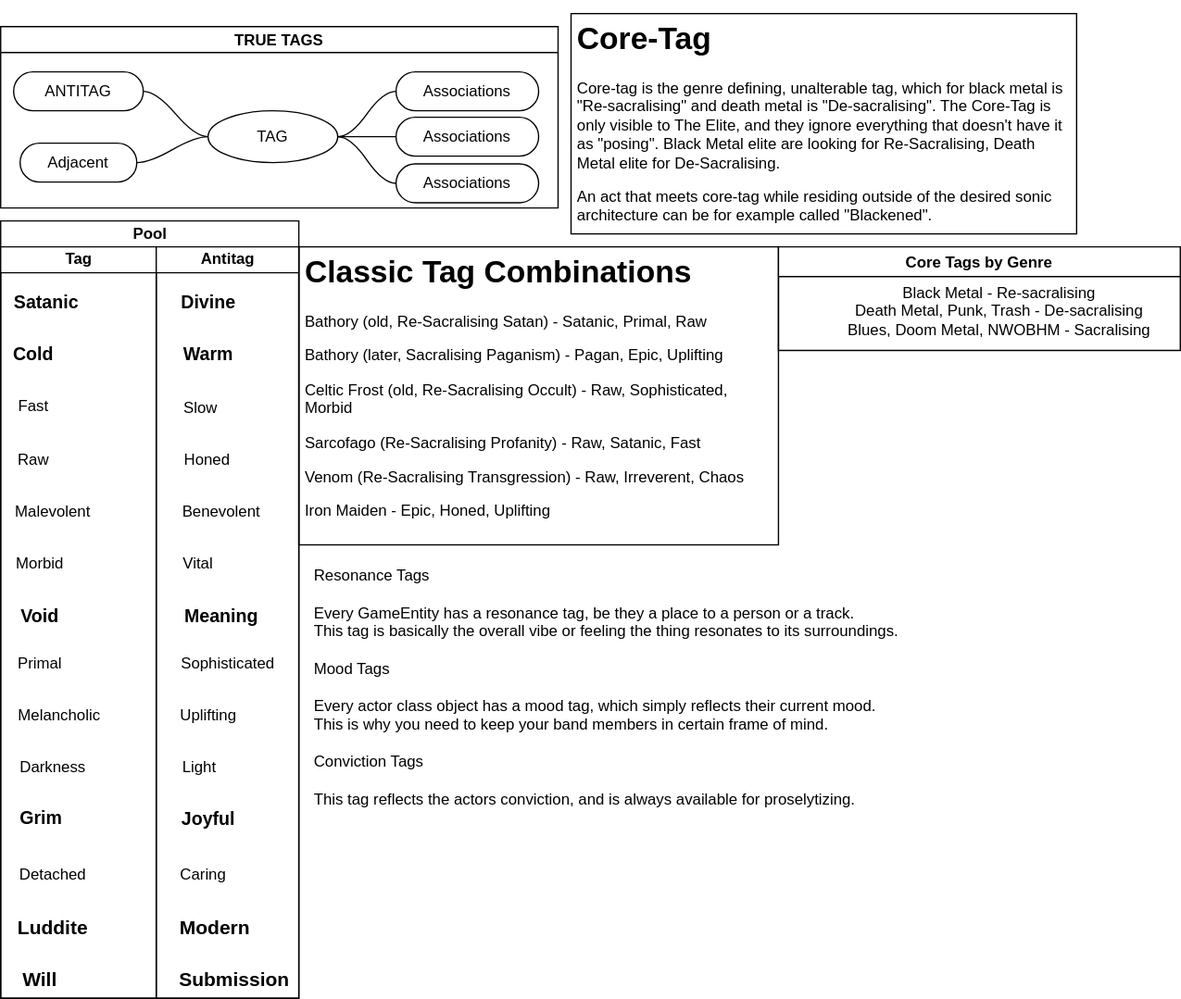
This is TheProspector/Assets/Schematics/TRUE.svg from SakuNurmiranta/TheProspector, a draw.io export, as it was before one commit. Source tidied: cells renumbered, new cells last; positions are measured from the earlier drawing's top-left corner, leaving out a move shared by most shapes. Source of this version:
```xml
<mxGraphModel>
  <root>
    <mxCell id="0" />
    <mxCell id="1" parent="0" />
    <mxCell id="2" value="TRUE TAGS" style="swimlane;startSize=20;horizontal=1;containerType=tree;" parent="1" vertex="1">
      <mxGeometry y="10" width="430" height="140" as="geometry" />
    </mxCell>
    <mxCell id="3" style="edgeStyle=entityRelationEdgeStyle;startArrow=none;endArrow=none;segment=10;curved=1;sourcePerimeterSpacing=0;targetPerimeterSpacing=0;rounded=0;" parent="2" edge="1" source="8" target="9">
      <mxGeometry relative="1" as="geometry" />
    </mxCell>
    <mxCell id="4" style="edgeStyle=entityRelationEdgeStyle;startArrow=none;endArrow=none;segment=10;curved=1;sourcePerimeterSpacing=0;targetPerimeterSpacing=0;rounded=0;" parent="2" edge="1" source="8" target="10">
      <mxGeometry relative="1" as="geometry" />
    </mxCell>
    <mxCell id="5" style="edgeStyle=entityRelationEdgeStyle;rounded=0;jettySize=auto;html=1;startArrow=none;endArrow=none;segment=10;curved=1;sourcePerimeterSpacing=0;targetPerimeterSpacing=0;" parent="2" edge="1" source="8" target="11">
      <mxGeometry relative="1" as="geometry" />
    </mxCell>
    <mxCell id="6" style="edgeStyle=entityRelationEdgeStyle;rounded=0;jettySize=auto;html=1;startArrow=none;endArrow=none;segment=10;curved=1;sourcePerimeterSpacing=0;targetPerimeterSpacing=0;" parent="2" edge="1" source="8" target="12">
      <mxGeometry relative="1" as="geometry" />
    </mxCell>
    <mxCell id="7" style="edgeStyle=entityRelationEdgeStyle;rounded=0;jettySize=auto;html=1;startArrow=none;endArrow=none;segment=10;curved=1;sourcePerimeterSpacing=0;targetPerimeterSpacing=0;" parent="2" edge="1" source="8" target="13">
      <mxGeometry relative="1" as="geometry" />
    </mxCell>
    <mxCell id="8" value="TAG" style="ellipse;whiteSpace=wrap;html=1;align=center;newEdgeStyle={&quot;edgeStyle&quot;:&quot;entityRelationEdgeStyle&quot;,&quot;startArrow&quot;:&quot;none&quot;,&quot;endArrow&quot;:&quot;none&quot;,&quot;segment&quot;:10,&quot;curved&quot;:1,&quot;sourcePerimeterSpacing&quot;:0,&quot;targetPerimeterSpacing&quot;:0};" parent="2" vertex="1">
      <mxGeometry x="160" y="65" width="100" height="40" as="geometry" />
    </mxCell>
    <mxCell id="9" value="Associations" style="whiteSpace=wrap;html=1;rounded=1;arcSize=50;align=center;verticalAlign=middle;strokeWidth=1;spacing=4;newEdgeStyle={&quot;edgeStyle&quot;:&quot;entityRelationEdgeStyle&quot;,&quot;startArrow&quot;:&quot;none&quot;,&quot;endArrow&quot;:&quot;none&quot;,&quot;segment&quot;:10,&quot;curved&quot;:1,&quot;sourcePerimeterSpacing&quot;:0,&quot;targetPerimeterSpacing&quot;:0};" parent="2" vertex="1">
      <mxGeometry x="305" y="35" width="110" height="30" as="geometry" />
    </mxCell>
    <mxCell id="10" value="ANTITAG" style="whiteSpace=wrap;html=1;rounded=1;arcSize=50;align=center;verticalAlign=middle;strokeWidth=1;spacing=4;newEdgeStyle={&quot;edgeStyle&quot;:&quot;entityRelationEdgeStyle&quot;,&quot;startArrow&quot;:&quot;none&quot;,&quot;endArrow&quot;:&quot;none&quot;,&quot;segment&quot;:10,&quot;curved&quot;:1,&quot;sourcePerimeterSpacing&quot;:0,&quot;targetPerimeterSpacing&quot;:0};" parent="2" vertex="1">
      <mxGeometry x="10" y="35" width="100" height="30" as="geometry" />
    </mxCell>
    <mxCell id="11" value="Associations" style="whiteSpace=wrap;html=1;rounded=1;arcSize=50;align=center;verticalAlign=middle;strokeWidth=1;spacing=4;newEdgeStyle={&quot;edgeStyle&quot;:&quot;entityRelationEdgeStyle&quot;,&quot;startArrow&quot;:&quot;none&quot;,&quot;endArrow&quot;:&quot;none&quot;,&quot;segment&quot;:10,&quot;curved&quot;:1,&quot;sourcePerimeterSpacing&quot;:0,&quot;targetPerimeterSpacing&quot;:0};" parent="2" vertex="1">
      <mxGeometry x="305" y="70" width="110" height="30" as="geometry" />
    </mxCell>
    <mxCell id="12" value="Associations" style="whiteSpace=wrap;html=1;rounded=1;arcSize=50;align=center;verticalAlign=middle;strokeWidth=1;spacing=4;newEdgeStyle={&quot;edgeStyle&quot;:&quot;entityRelationEdgeStyle&quot;,&quot;startArrow&quot;:&quot;none&quot;,&quot;endArrow&quot;:&quot;none&quot;,&quot;segment&quot;:10,&quot;curved&quot;:1,&quot;sourcePerimeterSpacing&quot;:0,&quot;targetPerimeterSpacing&quot;:0};" parent="2" vertex="1">
      <mxGeometry x="305" y="106" width="110" height="30" as="geometry" />
    </mxCell>
    <mxCell id="13" value="Adjacent" style="whiteSpace=wrap;html=1;rounded=1;arcSize=50;align=center;verticalAlign=middle;strokeWidth=1;spacing=4;newEdgeStyle={&quot;edgeStyle&quot;:&quot;entityRelationEdgeStyle&quot;,&quot;startArrow&quot;:&quot;none&quot;,&quot;endArrow&quot;:&quot;none&quot;,&quot;segment&quot;:10,&quot;curved&quot;:1,&quot;sourcePerimeterSpacing&quot;:0,&quot;targetPerimeterSpacing&quot;:0};" parent="2" vertex="1">
      <mxGeometry x="15" y="90" width="90" height="30" as="geometry" />
    </mxCell>
    <mxCell id="14" value="Pool" style="swimlane;startSize=20;html=1;" parent="1" vertex="1">
      <mxGeometry y="160" width="230" height="600" as="geometry" />
    </mxCell>
    <mxCell id="15" value="Tag" style="swimlane;startSize=20;html=1;" parent="14" vertex="1">
      <mxGeometry y="20" width="120" height="580" as="geometry" />
    </mxCell>
    <mxCell id="16" value="&lt;span style=&quot;font-size: 14px;&quot;&gt;Satanic&lt;/span&gt;" style="text;html=1;align=center;verticalAlign=middle;strokeColor=none;fillColor=none;fontSize=14;fontStyle=1;" parent="15" vertex="1">
      <mxGeometry y="28" width="70" height="30" as="geometry" />
    </mxCell>
    <mxCell id="17" value="Cold" style="text;html=1;align=center;verticalAlign=middle;strokeColor=none;fillColor=none;fontStyle=1;fontSize=14;" parent="15" vertex="1">
      <mxGeometry y="68" width="50" height="30" as="geometry" />
    </mxCell>
    <mxCell id="18" value="Fast" style="text;html=1;align=center;verticalAlign=middle;strokeColor=none;fillColor=none;" parent="15" vertex="1">
      <mxGeometry y="108" width="50" height="30" as="geometry" />
    </mxCell>
    <mxCell id="19" value="Raw" style="text;html=1;align=center;verticalAlign=middle;strokeColor=none;fillColor=none;" parent="15" vertex="1">
      <mxGeometry y="150" width="50" height="30" as="geometry" />
    </mxCell>
    <mxCell id="20" value="Grim" style="text;html=1;align=center;verticalAlign=middle;strokeColor=none;fillColor=none;fontStyle=1;fontSize=14;" parent="15" vertex="1">
      <mxGeometry x="1" y="426" width="60" height="30" as="geometry" />
    </mxCell>
    <mxCell id="21" value="Darkness" style="text;html=1;align=center;verticalAlign=middle;strokeColor=none;fillColor=none;" parent="15" vertex="1">
      <mxGeometry x="5" y="386.5" width="70" height="30" as="geometry" />
    </mxCell>
    <mxCell id="22" value="Melancholic" style="text;html=1;align=center;verticalAlign=middle;strokeColor=none;fillColor=none;" parent="15" vertex="1">
      <mxGeometry y="346.5" width="90" height="30" as="geometry" />
    </mxCell>
    <mxCell id="23" value="Primal" style="text;html=1;align=center;verticalAlign=middle;strokeColor=none;fillColor=none;" parent="15" vertex="1">
      <mxGeometry y="306.5" width="60" height="30" as="geometry" />
    </mxCell>
    <mxCell id="24" value="Void" style="text;html=1;align=center;verticalAlign=middle;strokeColor=none;fillColor=none;fontStyle=1;fontSize=14;" parent="15" vertex="1">
      <mxGeometry x="5" y="270" width="50" height="30" as="geometry" />
    </mxCell>
    <mxCell id="25" value="Morbid" style="text;html=1;align=center;verticalAlign=middle;strokeColor=none;fillColor=none;" parent="15" vertex="1">
      <mxGeometry y="230" width="60" height="30" as="geometry" />
    </mxCell>
    <mxCell id="26" value="Malevolent" style="text;html=1;align=center;verticalAlign=middle;strokeColor=none;fillColor=none;" parent="15" vertex="1">
      <mxGeometry y="190" width="80" height="30" as="geometry" />
    </mxCell>
    <mxCell id="27" value="Detached" style="text;html=1;align=center;verticalAlign=middle;strokeColor=none;fillColor=none;" parent="15" vertex="1">
      <mxGeometry x="5" y="470" width="70" height="30" as="geometry" />
    </mxCell>
    <mxCell id="28" value="Luddite" style="text;html=1;align=center;verticalAlign=middle;strokeColor=none;fillColor=none;fontSize=15;fontStyle=1;" parent="15" vertex="1">
      <mxGeometry y="510" width="80" height="30" as="geometry" />
    </mxCell>
    <mxCell id="29" value="Will" style="text;html=1;align=center;verticalAlign=middle;strokeColor=none;fillColor=none;fontSize=15;fontStyle=1;" parent="15" vertex="1">
      <mxGeometry x="5" y="550" width="50" height="30" as="geometry" />
    </mxCell>
    <mxCell id="30" value="Antitag" style="swimlane;startSize=20;html=1;" parent="14" vertex="1">
      <mxGeometry x="120" y="20" width="110" height="580" as="geometry" />
    </mxCell>
    <mxCell id="31" value="&lt;span style=&quot;font-size: 14px;&quot;&gt;Divine&lt;/span&gt;" style="text;html=1;align=center;verticalAlign=middle;strokeColor=none;fillColor=none;fontSize=14;fontStyle=1;" parent="30" vertex="1">
      <mxGeometry x="5" y="28" width="70" height="30" as="geometry" />
    </mxCell>
    <mxCell id="32" value="Warm" style="text;html=1;align=center;verticalAlign=middle;strokeColor=none;fillColor=none;fontStyle=1;fontSize=14;" parent="30" vertex="1">
      <mxGeometry x="10" y="68" width="60" height="30" as="geometry" />
    </mxCell>
    <mxCell id="33" value="Honed" style="text;html=1;align=center;verticalAlign=middle;strokeColor=none;fillColor=none;" parent="30" vertex="1">
      <mxGeometry x="9" y="150" width="60" height="30" as="geometry" />
    </mxCell>
    <mxCell id="34" value="Joyful" style="text;html=1;align=center;verticalAlign=middle;strokeColor=none;fillColor=none;fontStyle=1;fontSize=14;" parent="30" vertex="1">
      <mxGeometry x="10" y="426.5" width="60" height="30" as="geometry" />
    </mxCell>
    <mxCell id="35" value="Light" style="text;html=1;align=center;verticalAlign=middle;strokeColor=none;fillColor=none;" parent="30" vertex="1">
      <mxGeometry x="8" y="386.5" width="50" height="30" as="geometry" />
    </mxCell>
    <mxCell id="36" value="Uplifting" style="text;html=1;align=center;verticalAlign=middle;strokeColor=none;fillColor=none;" parent="30" vertex="1">
      <mxGeometry x="5" y="346.5" width="70" height="30" as="geometry" />
    </mxCell>
    <mxCell id="37" value="Sophisticated" style="text;html=1;align=center;verticalAlign=middle;strokeColor=none;fillColor=none;" parent="30" vertex="1">
      <mxGeometry x="5" y="306.5" width="100" height="30" as="geometry" />
    </mxCell>
    <mxCell id="38" value="Meaning" style="text;html=1;align=center;verticalAlign=middle;strokeColor=none;fillColor=none;fontStyle=1;fontSize=14;" parent="30" vertex="1">
      <mxGeometry x="10" y="270" width="80" height="30" as="geometry" />
    </mxCell>
    <mxCell id="39" value="Vital" style="text;html=1;align=center;verticalAlign=middle;strokeColor=none;fillColor=none;" parent="30" vertex="1">
      <mxGeometry x="7" y="230" width="50" height="30" as="geometry" />
    </mxCell>
    <mxCell id="40" value="Benevolent" style="text;html=1;align=center;verticalAlign=middle;strokeColor=none;fillColor=none;" parent="30" vertex="1">
      <mxGeometry x="10" y="190" width="80" height="30" as="geometry" />
    </mxCell>
    <mxCell id="41" value="Slow" style="text;html=1;align=center;verticalAlign=middle;strokeColor=none;fillColor=none;" parent="30" vertex="1">
      <mxGeometry x="9" y="110" width="50" height="30" as="geometry" />
    </mxCell>
    <mxCell id="42" value="Caring" style="text;html=1;align=center;verticalAlign=middle;strokeColor=none;fillColor=none;" parent="30" vertex="1">
      <mxGeometry x="6" y="470" width="60" height="30" as="geometry" />
    </mxCell>
    <mxCell id="43" value="Modern" style="text;html=1;align=center;verticalAlign=middle;strokeColor=none;fillColor=none;fontSize=15;fontStyle=1;" parent="30" vertex="1">
      <mxGeometry x="5" y="510" width="80" height="30" as="geometry" />
    </mxCell>
    <mxCell id="44" value="Submission" style="text;html=1;align=center;verticalAlign=middle;strokeColor=none;fillColor=none;fontSize=15;fontStyle=1;" parent="30" vertex="1">
      <mxGeometry x="5" y="550" width="110" height="30" as="geometry" />
    </mxCell>
    <mxCell id="45" value="&lt;h1&gt;Classic Tag Combinations&lt;/h1&gt;&lt;p&gt;Bathory (old, Re-Sacralising Satan) - Satanic, Primal, Raw&lt;/p&gt;&lt;p&gt;Bathory (later, Sacralising Paganism) - Pagan, Epic, Uplifting&lt;/p&gt;&lt;p&gt;Celtic Frost (old, Re-Sacralising Occult) - Raw, Sophisticated, Morbid&lt;/p&gt;&lt;p&gt;Sarcofago (Re-Sacralising Profanity) - Raw, Satanic, Fast&amp;nbsp;&lt;/p&gt;&lt;p&gt;Venom (Re-Sacralising Transgression) - Raw, Irreverent, Chaos&lt;/p&gt;&lt;p&gt;Iron Maiden - Epic, Honed, Uplifting&lt;/p&gt;" style="text;html=1;strokeColor=default;fillColor=none;spacing=5;spacingTop=-20;whiteSpace=wrap;overflow=hidden;rounded=0;" parent="1" vertex="1">
      <mxGeometry x="230" y="180" width="370" height="230" as="geometry" />
    </mxCell>
    <mxCell id="46" value="&lt;h1&gt;Core-Tag&lt;/h1&gt;&lt;p&gt;Core-tag is the genre defining, unalterable tag, which for black metal is &quot;Re-sacralising&quot; and death metal is &quot;De-sacralising&quot;. The Core-Tag is only visible to The Elite, and they ignore everything that doesn't have it as &quot;posing&quot;. Black Metal elite are looking for Re-Sacralising, Death Metal elite for De-Sacralising.&amp;nbsp;&lt;/p&gt;&lt;p&gt;An act that meets core-tag while residing outside of the desired sonic architecture can be for example called &quot;Blackened&quot;.&lt;/p&gt;" style="text;html=1;strokeColor=default;fillColor=none;spacing=5;spacingTop=-20;whiteSpace=wrap;overflow=hidden;rounded=0;" parent="1" vertex="1">
      <mxGeometry x="440" width="390" height="170" as="geometry" />
    </mxCell>
    <mxCell id="47" value="Core Tags by Genre" style="swimlane;" parent="1" vertex="1">
      <mxGeometry x="600" y="180" width="310" height="80" as="geometry" />
    </mxCell>
    <mxCell id="48" value="Black Metal - Re-sacralising&lt;br&gt;Death Metal, Punk, Trash - De-sacralising&lt;br&gt;Blues, Doom Metal, NWOBHM - Sacralising" style="text;html=1;align=center;verticalAlign=middle;strokeColor=none;fillColor=none;" parent="47" vertex="1">
      <mxGeometry x="40" y="20" width="260" height="60" as="geometry" />
    </mxCell>
    <mxCell id="49" value="Resonance Tags&lt;br&gt;&lt;br&gt;Every GameEntity has a resonance tag, be they a place to a person or a track.&lt;br&gt;This tag is basically the overall vibe or feeling the thing resonates to its surroundings.&lt;br&gt;&lt;br&gt;Mood Tags&lt;br&gt;&lt;br&gt;Every actor class object has a mood tag, which simply reflects their current mood. &lt;br&gt;This is why you need to keep your band members in certain frame of mind.&lt;br&gt;&lt;br&gt;Conviction Tags&lt;br&gt;&lt;br&gt;This tag reflects the actors conviction, and is always available for proselytizing." style="text;html=1;align=left;verticalAlign=middle;strokeColor=none;fillColor=none;" parent="1" vertex="1">
      <mxGeometry x="240" y="420" width="470" height="200" as="geometry" />
    </mxCell>
  </root>
</mxGraphModel>
```
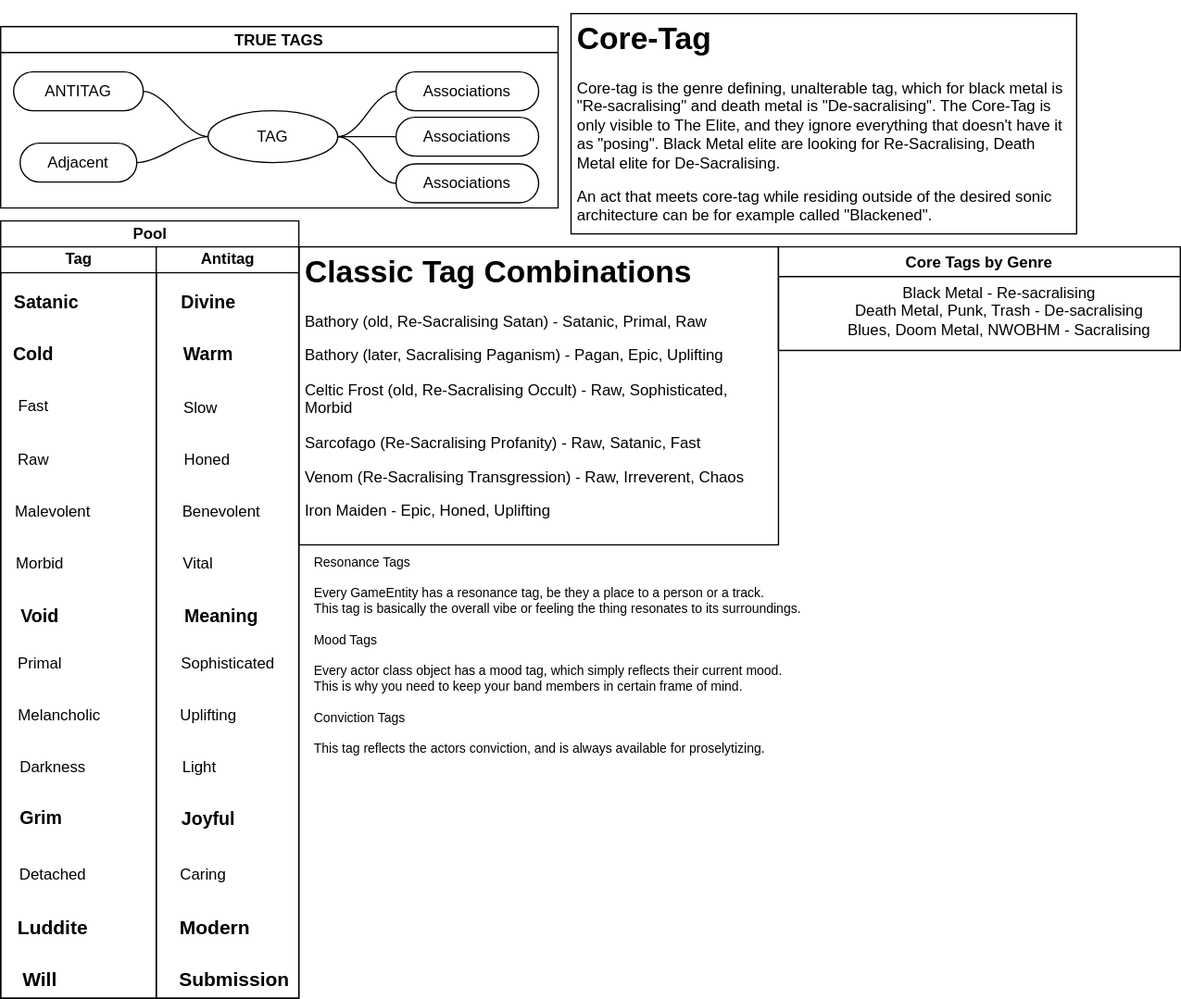
After the commit.

Diff of the diagram source:
```diff
@@ -143,8 +143,8 @@
     <mxCell id="48" value="Black Metal - Re-sacralising&lt;br&gt;Death Metal, Punk, Trash - De-sacralising&lt;br&gt;Blues, Doom Metal, NWOBHM - Sacralising" style="text;html=1;align=center;verticalAlign=middle;strokeColor=none;fillColor=none;" parent="47" vertex="1">
       <mxGeometry x="40" y="20" width="260" height="60" as="geometry" />
     </mxCell>
-    <mxCell id="49" value="Resonance Tags&lt;br&gt;&lt;br&gt;Every GameEntity has a resonance tag, be they a place to a person or a track.&lt;br&gt;This tag is basically the overall vibe or feeling the thing resonates to its surroundings.&lt;br&gt;&lt;br&gt;Mood Tags&lt;br&gt;&lt;br&gt;Every actor class object has a mood tag, which simply reflects their current mood. &lt;br&gt;This is why you need to keep your band members in certain frame of mind.&lt;br&gt;&lt;br&gt;Conviction Tags&lt;br&gt;&lt;br&gt;This tag reflects the actors conviction, and is always available for proselytizing." style="text;html=1;align=left;verticalAlign=middle;strokeColor=none;fillColor=none;" parent="1" vertex="1">
-      <mxGeometry x="240" y="420" width="470" height="200" as="geometry" />
+    <mxCell id="49" value="Resonance Tags&lt;br style=&quot;font-size: 10px;&quot;&gt;&lt;br style=&quot;font-size: 10px;&quot;&gt;Every GameEntity has a resonance tag, be they a place to a person or a track.&lt;br style=&quot;font-size: 10px;&quot;&gt;This tag is basically the overall vibe or feeling the thing resonates to its surroundings.&lt;br style=&quot;font-size: 10px;&quot;&gt;&lt;br style=&quot;font-size: 10px;&quot;&gt;Mood Tags&lt;br style=&quot;font-size: 10px;&quot;&gt;&lt;br style=&quot;font-size: 10px;&quot;&gt;Every actor class object has a mood tag, which simply reflects their current mood. &lt;br style=&quot;font-size: 10px;&quot;&gt;This is why you need to keep your band members in certain frame of mind.&lt;br style=&quot;font-size: 10px;&quot;&gt;&lt;br style=&quot;font-size: 10px;&quot;&gt;Conviction Tags&lt;br style=&quot;font-size: 10px;&quot;&gt;&lt;br style=&quot;font-size: 10px;&quot;&gt;This tag reflects the actors conviction, and is always available for proselytizing." style="text;html=1;align=left;verticalAlign=middle;strokeColor=none;fillColor=none;fontSize=10;" parent="1" vertex="1">
+      <mxGeometry x="240" y="410" width="400" height="170" as="geometry" />
     </mxCell>
   </root>
 </mxGraphModel>
```
